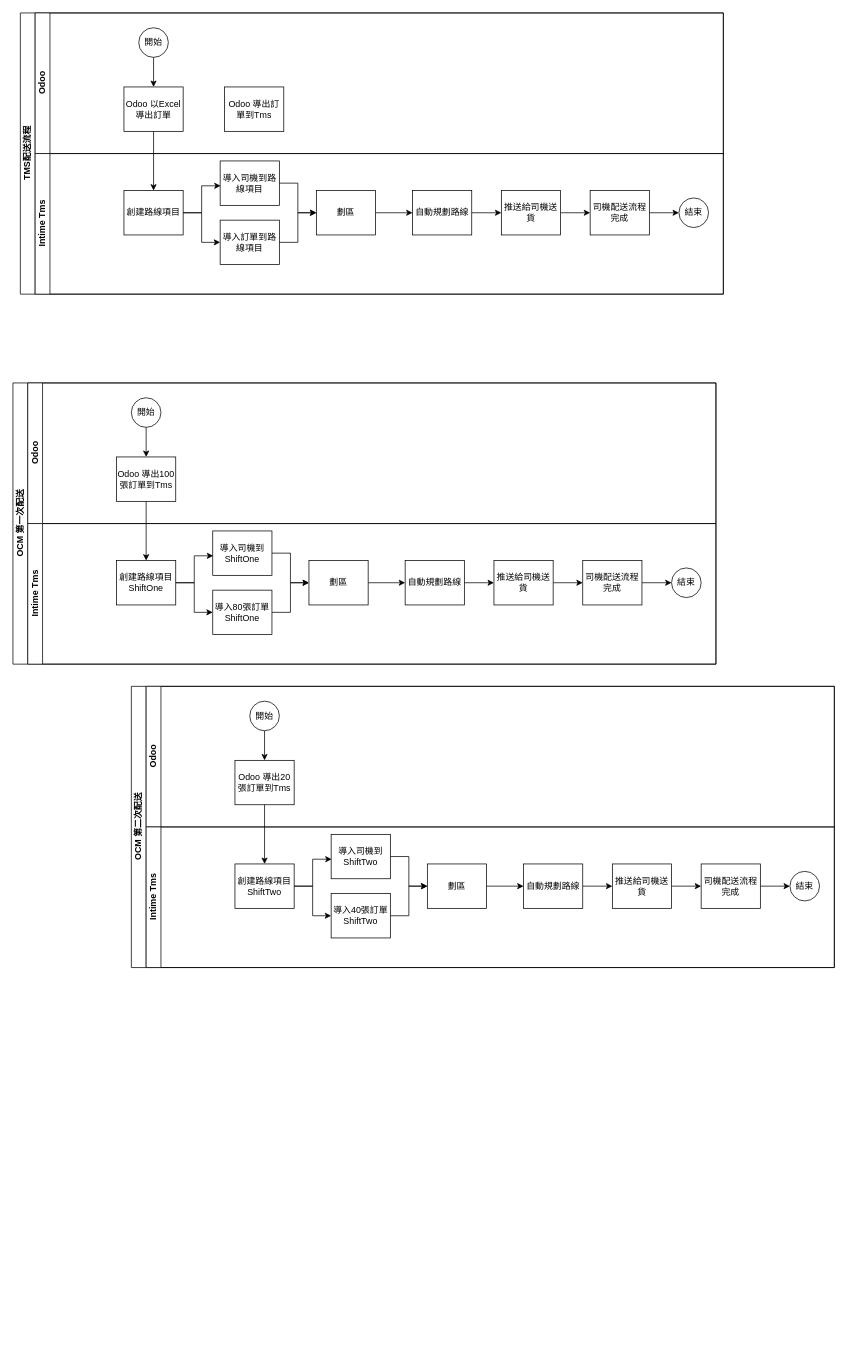
The draw.io diagram 未命名绘图1.drawio in wingtian/Template, before the edit. Source tidied: cells renumbered, new cells numbered last; positions are measured from the earlier drawing's top-left corner, leaving out a move shared by most shapes. Both pictures are drawn from the tidied source at 74%, with x=0, y=0 at pixel (13, 13).
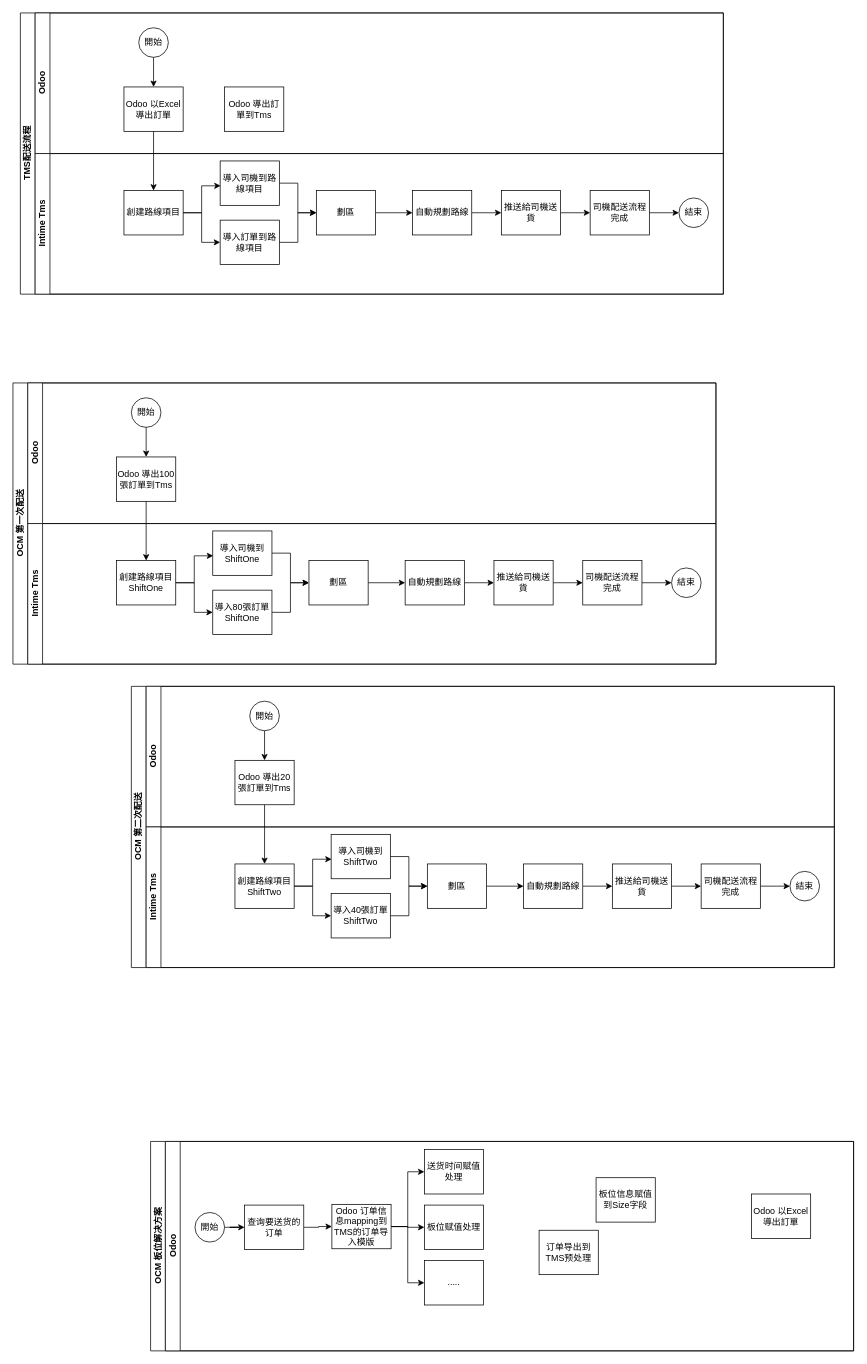
The same diagram, later.

Commit message:
更新未命名绘图1.drawio

Diff of the diagram source:
```diff
@@
+    <mxCell id="72" value="OCM 板位解决方案" style="swimlane;html=1;horizontal=0;startSize=20;" parent="1" vertex="1">
+      <mxGeometry x="186" y="1525" width="950" height="283" as="geometry" />
+    </mxCell>
+    <mxCell id="73" value="Odoo" style="swimlane;html=1;startSize=20;horizontal=0;" parent="72" vertex="1">
+      <mxGeometry x="20" width="930" height="283" as="geometry" />
+    </mxCell>
+    <mxCell id="74" value="Odoo 以Excel導出訂單" style="rounded=0;whiteSpace=wrap;html=1;fontFamily=Helvetica;fontSize=12;fontColor=#000000;align=center;" parent="73" vertex="1">
+      <mxGeometry x="792" y="71" width="80" height="60" as="geometry" />
+    </mxCell>
+    <mxCell id="75" style="edgeStyle=orthogonalEdgeStyle;rounded=0;jettySize=auto;html=1;" parent="73" edge="1" source="76" target="78">
+      <mxGeometry relative="1" as="geometry" />
+    </mxCell>
+    <mxCell id="76" value="開始" style="ellipse;whiteSpace=wrap;html=1;" parent="73" vertex="1">
+      <mxGeometry x="40" y="96" width="40" height="40" as="geometry" />
+    </mxCell>
+    <mxCell id="77" style="edgeStyle=orthogonalEdgeStyle;rounded=0;jettySize=auto;html=1;entryX=0;entryY=0.5;entryDx=0;entryDy=0;" parent="73" edge="1" source="78" target="83">
+      <mxGeometry relative="1" as="geometry" />
+    </mxCell>
+    <mxCell id="78" value="查询要送货的订单" style="rounded=0;whiteSpace=wrap;html=1;fontFamily=Helvetica;fontSize=12;fontColor=#000000;align=center;" parent="73" vertex="1">
+      <mxGeometry x="107" y="86" width="80" height="60" as="geometry" />
+    </mxCell>
+    <mxCell id="79" value="订单导出到TMS预处理" style="rounded=0;whiteSpace=wrap;html=1;fontFamily=Helvetica;fontSize=12;fontColor=#000000;align=center;" parent="73" vertex="1">
+      <mxGeometry x="505" y="120" width="80" height="60" as="geometry" />
+    </mxCell>
+    <mxCell id="80" style="edgeStyle=orthogonalEdgeStyle;rounded=0;jettySize=auto;html=1;entryX=0;entryY=0.5;entryDx=0;entryDy=0;" parent="73" edge="1" source="83" target="86">
+      <mxGeometry relative="1" as="geometry" />
+    </mxCell>
+    <mxCell id="81" style="edgeStyle=orthogonalEdgeStyle;rounded=0;jettySize=auto;html=1;entryX=0;entryY=0.5;entryDx=0;entryDy=0;" parent="73" edge="1" source="83" target="85">
+      <mxGeometry relative="1" as="geometry" />
+    </mxCell>
+    <mxCell id="82" style="edgeStyle=orthogonalEdgeStyle;rounded=0;jettySize=auto;html=1;entryX=0;entryY=0.5;entryDx=0;entryDy=0;" parent="73" edge="1" source="83" target="87">
+      <mxGeometry relative="1" as="geometry" />
+    </mxCell>
+    <mxCell id="83" value="Odoo 订单信息mapping到TMS的订单导入模版" style="rounded=0;whiteSpace=wrap;html=1;fontFamily=Helvetica;fontSize=12;fontColor=#000000;align=center;" parent="73" vertex="1">
+      <mxGeometry x="225" y="85" width="80" height="60" as="geometry" />
+    </mxCell>
+    <mxCell id="84" value="板位信息赋值到Size字段" style="rounded=0;whiteSpace=wrap;html=1;fontFamily=Helvetica;fontSize=12;fontColor=#000000;align=center;" parent="73" vertex="1">
+      <mxGeometry x="582" y="49" width="80" height="60" as="geometry" />
+    </mxCell>
+    <mxCell id="85" value="板位赋值处理" style="rounded=0;whiteSpace=wrap;html=1;fontFamily=Helvetica;fontSize=12;fontColor=#000000;align=center;" parent="73" vertex="1">
+      <mxGeometry x="350" y="86" width="80" height="60" as="geometry" />
+    </mxCell>
+    <mxCell id="86" value="送货时间赋值处理" style="rounded=0;whiteSpace=wrap;html=1;fontFamily=Helvetica;fontSize=12;fontColor=#000000;align=center;" parent="73" vertex="1">
+      <mxGeometry x="350" y="11" width="80" height="60" as="geometry" />
+    </mxCell>
+    <mxCell id="87" value="....." style="rounded=0;whiteSpace=wrap;html=1;fontFamily=Helvetica;fontSize=12;fontColor=#000000;align=center;" parent="73" vertex="1">
+      <mxGeometry x="350" y="161" width="80" height="60" as="geometry" />
+    </mxCell>
```
